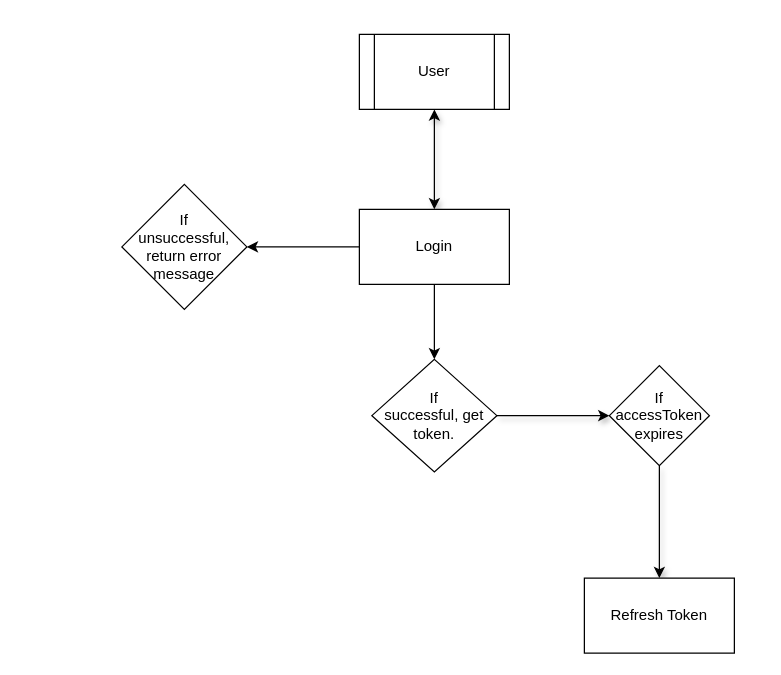
Earlier version of the draw.io diagram plan/auith/auth.drawio (megamsquare/weeshr_assess). Source tidied: cells renumbered, new cells numbered last; positions are measured from the earlier drawing's top-left corner, leaving out a move shared by most shapes. Both pictures are drawn from the tidied source at 125%, with x=0, y=0 at pixel (121, 34).
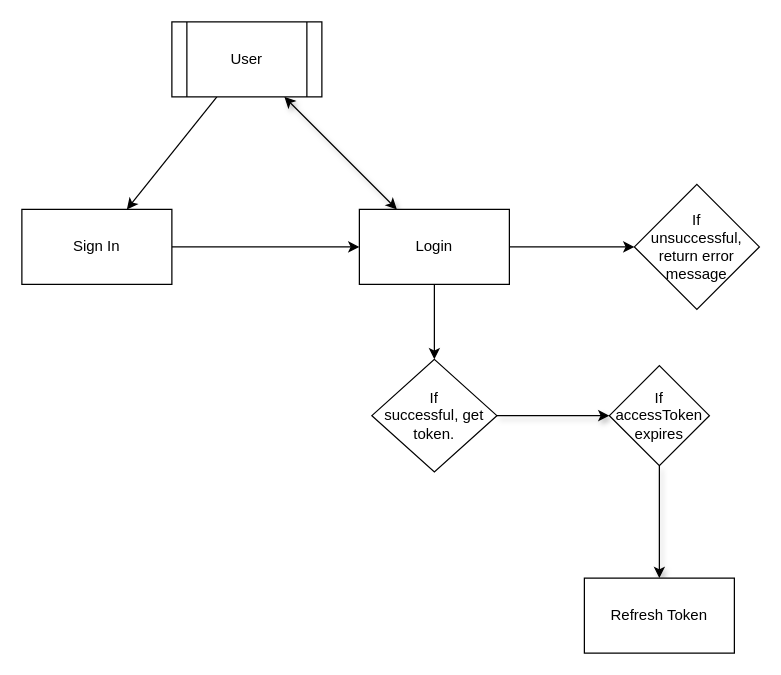
Above is the later version.

Commit message (it also covers changes not shown here):
sign in added to auth design system

The edit, as a diff of the source:
```diff
@@
 <mxGraphModel>
   <root>
     <mxCell id="0" />
     <mxCell id="1" parent="0" />
     <mxCell id="2" style="html=1;jumpStyle=none;shadow=1;startArrow=classic;startFill=1;" parent="1" edge="1" source="3" target="6">
       <mxGeometry relative="1" as="geometry" />
     </mxCell>
+    <mxCell id="13" style="edgeStyle=none;html=1;" parent="1" edge="1" source="3" target="15">
+      <mxGeometry relative="1" as="geometry" />
+    </mxCell>
     <mxCell id="3" value="User" style="shape=process;whiteSpace=wrap;html=1;backgroundOutline=1;" parent="1" vertex="1">
-      <mxGeometry x="190" width="120" height="60" as="geometry" />
+      <mxGeometry x="40" y="-10" width="120" height="60" as="geometry" />
     </mxCell>
     <mxCell id="4" style="edgeStyle=none;html=1;" parent="1" edge="1" source="6" target="8">
       <mxGeometry relative="1" as="geometry" />
     </mxCell>
     <mxCell id="5" style="edgeStyle=none;html=1;" parent="1" edge="1" source="6" target="9">
       <mxGeometry relative="1" as="geometry" />
     </mxCell>
     <mxCell id="6" value="Login" style="whiteSpace=wrap;html=1;" parent="1" vertex="1">
       <mxGeometry x="190" y="140" width="120" height="60" as="geometry" />
     </mxCell>
     <mxCell id="7" style="edgeStyle=none;jumpStyle=none;html=1;shadow=1;startArrow=none;startFill=0;" parent="1" edge="1" source="8" target="11">
       <mxGeometry relative="1" as="geometry" />
     </mxCell>
     <mxCell id="8" value="If&lt;br&gt;successful, get&lt;br&gt;token." style="rhombus;whiteSpace=wrap;html=1;" parent="1" vertex="1">
       <mxGeometry x="200" y="260" width="100" height="90" as="geometry" />
     </mxCell>
     <mxCell id="9" value="If&lt;br&gt;unsuccessful, return error message" style="rhombus;whiteSpace=wrap;html=1;" parent="1" vertex="1">
-      <mxGeometry y="120" width="100" height="100" as="geometry" />
+      <mxGeometry x="410" y="120" width="100" height="100" as="geometry" />
     </mxCell>
     <mxCell id="10" style="edgeStyle=none;jumpStyle=none;html=1;shadow=1;startArrow=none;startFill=0;" parent="1" edge="1" source="11" target="12">
       <mxGeometry relative="1" as="geometry" />
     </mxCell>
     <mxCell id="11" value="If accessToken expires" style="rhombus;whiteSpace=wrap;html=1;" parent="1" vertex="1">
       <mxGeometry x="390" y="265" width="80" height="80" as="geometry" />
     </mxCell>
     <mxCell id="12" value="Refresh Token" style="whiteSpace=wrap;html=1;" parent="1" vertex="1">
       <mxGeometry x="370" y="435" width="120" height="60" as="geometry" />
     </mxCell>
+    <mxCell id="14" style="edgeStyle=none;html=1;entryX=0;entryY=0.5;entryDx=0;entryDy=0;" parent="1" edge="1" source="15" target="6">
+      <mxGeometry relative="1" as="geometry" />
+    </mxCell>
+    <mxCell id="15" value="Sign In" style="whiteSpace=wrap;html=1;" parent="1" vertex="1">
+      <mxGeometry x="-80" y="140" width="120" height="60" as="geometry" />
+    </mxCell>
   </root>
 </mxGraphModel>
```
